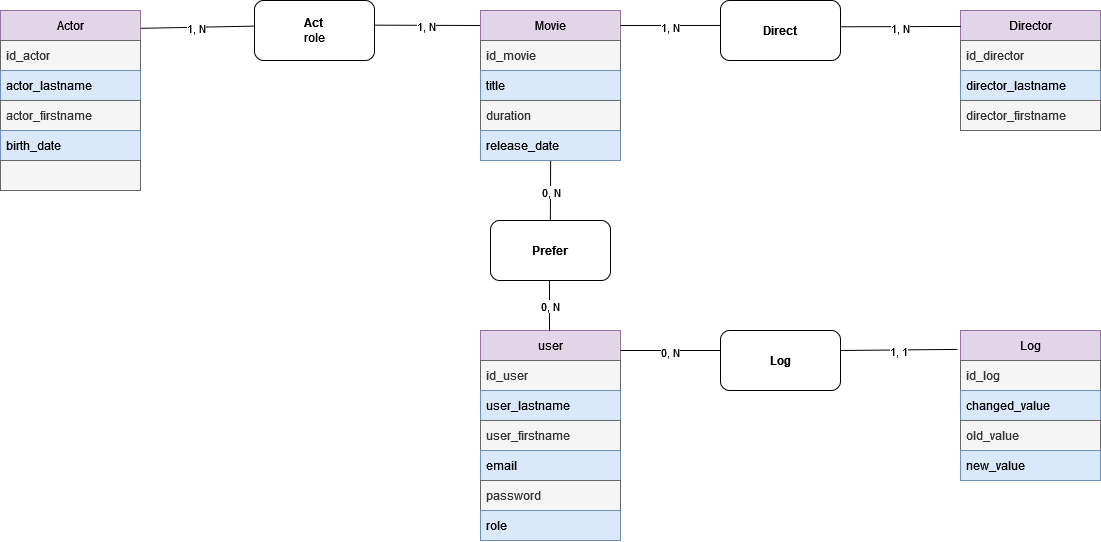
Before: Merise/MCD.png, a diagram exported from draw.io (Sarah-Katz/CDA-Brief-Merise). Source tidied: cells renumbered, new cells last; positions are measured from the earlier drawing's top-left corner, leaving out a move shared by most shapes.
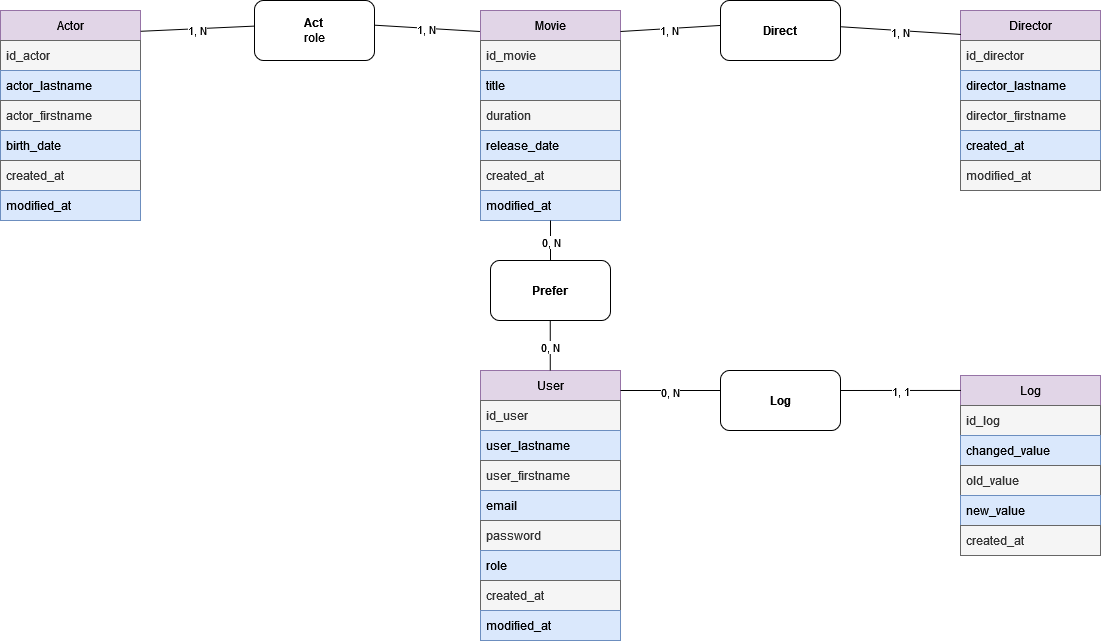
After the change.

Diff of the diagram source:
```diff
@@ -3,7 +3,7 @@
     <mxCell id="0" />
     <mxCell id="1" parent="0" />
     <mxCell id="2" value="Movie" style="swimlane;fontStyle=0;horizontal=1;startSize=30;whiteSpace=wrap;html=1;fillColor=#e1d5e7;strokeColor=#9673a6;" parent="1" vertex="1">
-      <mxGeometry x="480" y="10" width="140" height="150" as="geometry" />
+      <mxGeometry x="480" y="10" width="140" height="210" as="geometry" />
     </mxCell>
     <mxCell id="3" value="id_movie&lt;span style=&quot;white-space: pre;&quot;&gt;&#9;&lt;/span&gt;" style="text;strokeColor=#666666;fillColor=#f5f5f5;align=left;verticalAlign=middle;spacingLeft=4;spacingRight=4;overflow=hidden;whiteSpace=wrap;html=1;fontColor=#333333;" parent="2" vertex="1">
       <mxGeometry y="30" width="140" height="30" as="geometry" />
@@ -17,8 +17,14 @@
     <mxCell id="6" value="release_date" style="text;strokeColor=#6c8ebf;fillColor=#dae8fc;align=left;verticalAlign=middle;spacingLeft=4;spacingRight=4;overflow=hidden;points=[[0,0.5],[1,0.5]];portConstraint=eastwest;whiteSpace=wrap;html=1;" parent="2" vertex="1">
       <mxGeometry y="120" width="140" height="30" as="geometry" />
     </mxCell>
+    <mxCell id="49" value="created_at" style="text;strokeColor=#666666;fillColor=#f5f5f5;align=left;verticalAlign=middle;spacingLeft=4;spacingRight=4;overflow=hidden;whiteSpace=wrap;html=1;fontColor=#333333;" parent="2" vertex="1">
+      <mxGeometry y="150" width="140" height="30" as="geometry" />
+    </mxCell>
+    <mxCell id="50" value="modified_at" style="text;strokeColor=#6c8ebf;fillColor=#dae8fc;align=left;verticalAlign=middle;spacingLeft=4;spacingRight=4;overflow=hidden;whiteSpace=wrap;html=1;" parent="2" vertex="1">
+      <mxGeometry y="180" width="140" height="30" as="geometry" />
+    </mxCell>
     <mxCell id="7" value="Actor" style="swimlane;fontStyle=0;horizontal=1;startSize=30;whiteSpace=wrap;html=1;fillColor=#e1d5e7;strokeColor=#9673a6;" parent="1" vertex="1">
-      <mxGeometry y="10" width="140" height="180" as="geometry" />
+      <mxGeometry y="10" width="140" height="210" as="geometry" />
     </mxCell>
     <mxCell id="8" value="id_actor" style="text;strokeColor=#666666;fillColor=#f5f5f5;align=left;verticalAlign=middle;spacingLeft=4;spacingRight=4;overflow=hidden;whiteSpace=wrap;html=1;fontColor=#333333;" parent="7" vertex="1">
       <mxGeometry y="30" width="140" height="30" as="geometry" />
@@ -32,11 +38,14 @@
     <mxCell id="11" value="birth_date" style="text;strokeColor=#6c8ebf;fillColor=#dae8fc;align=left;verticalAlign=middle;spacingLeft=4;spacingRight=4;overflow=hidden;whiteSpace=wrap;html=1;" parent="7" vertex="1">
       <mxGeometry y="120" width="140" height="30" as="geometry" />
     </mxCell>
-    <mxCell id="12" style="text;strokeColor=#666666;fillColor=#f5f5f5;align=left;verticalAlign=middle;spacingLeft=4;spacingRight=4;overflow=hidden;whiteSpace=wrap;html=1;fontColor=#333333;" parent="7" vertex="1">
+    <mxCell id="12" value="created_at" style="text;strokeColor=#666666;fillColor=#f5f5f5;align=left;verticalAlign=middle;spacingLeft=4;spacingRight=4;overflow=hidden;whiteSpace=wrap;html=1;fontColor=#333333;" parent="7" vertex="1">
       <mxGeometry y="150" width="140" height="30" as="geometry" />
     </mxCell>
+    <mxCell id="51" value="modified_at" style="text;strokeColor=#6c8ebf;fillColor=#dae8fc;align=left;verticalAlign=middle;spacingLeft=4;spacingRight=4;overflow=hidden;whiteSpace=wrap;html=1;" parent="7" vertex="1">
+      <mxGeometry y="180" width="140" height="30" as="geometry" />
+    </mxCell>
     <mxCell id="13" value="Director" style="swimlane;fontStyle=0;horizontal=1;startSize=30;whiteSpace=wrap;html=1;fillColor=#e1d5e7;strokeColor=#9673a6;" parent="1" vertex="1">
-      <mxGeometry x="960" y="10" width="140" height="120" as="geometry" />
+      <mxGeometry x="960" y="10" width="140" height="180" as="geometry" />
     </mxCell>
     <mxCell id="14" value="id_director" style="text;strokeColor=#666666;fillColor=#f5f5f5;align=left;verticalAlign=middle;spacingLeft=4;spacingRight=4;overflow=hidden;whiteSpace=wrap;html=1;fontColor=#333333;" parent="13" vertex="1">
       <mxGeometry y="30" width="140" height="30" as="geometry" />
@@ -47,8 +56,14 @@
     <mxCell id="16" value="director_firstname" style="text;strokeColor=#666666;fillColor=#f5f5f5;align=left;verticalAlign=middle;spacingLeft=4;spacingRight=4;overflow=hidden;whiteSpace=wrap;html=1;fontColor=#333333;" parent="13" vertex="1">
       <mxGeometry y="90" width="140" height="30" as="geometry" />
     </mxCell>
+    <mxCell id="52" value="created_at" style="text;strokeColor=#6c8ebf;fillColor=#dae8fc;align=left;verticalAlign=middle;spacingLeft=4;spacingRight=4;overflow=hidden;whiteSpace=wrap;html=1;" parent="13" vertex="1">
+      <mxGeometry y="120" width="140" height="30" as="geometry" />
+    </mxCell>
+    <mxCell id="53" value="modified_at" style="text;strokeColor=#666666;fillColor=#f5f5f5;align=left;verticalAlign=middle;spacingLeft=4;spacingRight=4;overflow=hidden;whiteSpace=wrap;html=1;fontColor=#333333;" parent="13" vertex="1">
+      <mxGeometry y="150" width="140" height="30" as="geometry" />
+    </mxCell>
-    <mxCell id="17" value="user" style="swimlane;fontStyle=0;horizontal=1;startSize=30;whiteSpace=wrap;html=1;fillColor=#e1d5e7;strokeColor=#9673a6;" parent="1" vertex="1">
-      <mxGeometry x="480" y="330" width="140" height="210" as="geometry" />
+    <mxCell id="17" value="User" style="swimlane;fontStyle=0;horizontal=1;startSize=30;whiteSpace=wrap;html=1;fillColor=#e1d5e7;strokeColor=#9673a6;" parent="1" vertex="1">
+      <mxGeometry x="480" y="370" width="140" height="270" as="geometry" />
     </mxCell>
     <mxCell id="18" value="id_user" style="text;strokeColor=#666666;fillColor=#f5f5f5;align=left;verticalAlign=middle;spacingLeft=4;spacingRight=4;overflow=hidden;whiteSpace=wrap;html=1;fontColor=#333333;" parent="17" vertex="1">
       <mxGeometry y="30" width="140" height="30" as="geometry" />
@@ -68,6 +83,12 @@
     <mxCell id="23" value="role" style="text;strokeColor=#6c8ebf;fillColor=#dae8fc;align=left;verticalAlign=middle;spacingLeft=4;spacingRight=4;overflow=hidden;whiteSpace=wrap;html=1;" parent="17" vertex="1">
       <mxGeometry y="180" width="140" height="30" as="geometry" />
     </mxCell>
+    <mxCell id="54" value="created_at" style="text;strokeColor=#666666;fillColor=#f5f5f5;align=left;verticalAlign=middle;spacingLeft=4;spacingRight=4;overflow=hidden;whiteSpace=wrap;html=1;fontColor=#333333;" parent="17" vertex="1">
+      <mxGeometry y="210" width="140" height="30" as="geometry" />
+    </mxCell>
+    <mxCell id="55" value="modified_at" style="text;strokeColor=#6c8ebf;fillColor=#dae8fc;align=left;verticalAlign=middle;spacingLeft=4;spacingRight=4;overflow=hidden;whiteSpace=wrap;html=1;" parent="17" vertex="1">
+      <mxGeometry y="240" width="140" height="30" as="geometry" />
+    </mxCell>
     <mxCell id="24" style="endArrow=none;html=1;rounded=0;entryX=-0.003;entryY=0.427;entryDx=0;entryDy=0;exitX=1.001;exitY=0.099;exitDx=0;exitDy=0;exitPerimeter=0;entryPerimeter=0;" parent="1" edge="1" source="7" target="30">
       <mxGeometry relative="1" as="geometry" />
     </mxCell>
@@ -99,27 +120,27 @@
       <mxGeometry x="-0.02" y="-1" relative="1" as="geometry" />
     </mxCell>
     <mxCell id="34" value="&lt;b&gt;Prefer&lt;/b&gt;" style="rounded=1;whiteSpace=wrap;html=1;" parent="1" vertex="1">
-      <mxGeometry x="490" y="220" width="120" height="60" as="geometry" />
+      <mxGeometry x="490" y="260" width="120" height="60" as="geometry" />
     </mxCell>
     <mxCell id="35" style="endArrow=none;html=1;rounded=0;entryX=0.5;entryY=1;entryDx=0;entryDy=0;exitX=0.5;exitY=0;exitDx=0;exitDy=0;" parent="1" edge="1">
       <mxGeometry relative="1" as="geometry">
-        <mxPoint x="549" y="330" as="sourcePoint" />
-        <mxPoint x="549" y="280" as="targetPoint" />
+        <mxPoint x="549.8" y="370" as="sourcePoint" />
+        <mxPoint x="549.8" y="320" as="targetPoint" />
       </mxGeometry>
     </mxCell>
     <mxCell id="36" value="0, N" style="edgeLabel;html=1;align=center;verticalAlign=middle;" parent="35" vertex="1">
       <mxGeometry x="-0.03" relative="1" as="geometry" />
     </mxCell>
-    <mxCell id="37" style="endArrow=none;html=1;rounded=0;entryX=0.501;entryY=1.011;entryDx=0;entryDy=0;exitX=0.5;exitY=0;exitDx=0;exitDy=0;entryPerimeter=0;" parent="1" edge="1" target="6">
+    <mxCell id="37" style="endArrow=none;html=1;rounded=0;exitX=0.5;exitY=0;exitDx=0;exitDy=0;" parent="1" edge="1" source="34">
       <mxGeometry relative="1" as="geometry">
-        <mxPoint x="549.9" y="220" as="sourcePoint" />
+        <mxPoint x="550" y="220" as="targetPoint" />
       </mxGeometry>
     </mxCell>
     <mxCell id="38" value="0, N" style="edgeLabel;html=1;align=center;verticalAlign=middle;" parent="37" vertex="1">
       <mxGeometry x="-0.03" relative="1" as="geometry" />
     </mxCell>
     <mxCell id="39" value="Log" style="swimlane;fontStyle=0;horizontal=1;startSize=30;whiteSpace=wrap;html=1;fillColor=#e1d5e7;strokeColor=#9673a6;" parent="1" vertex="1">
-      <mxGeometry x="960" y="330" width="140" height="150" as="geometry" />
+      <mxGeometry x="960" y="375" width="140" height="180" as="geometry" />
     </mxCell>
     <mxCell id="40" value="id_log" style="text;strokeColor=#666666;fillColor=#f5f5f5;align=left;verticalAlign=middle;spacingLeft=4;spacingRight=4;overflow=hidden;whiteSpace=wrap;html=1;fontColor=#333333;" parent="39" vertex="1">
       <mxGeometry y="30" width="140" height="30" as="geometry" />
@@ -133,21 +154,24 @@
     <mxCell id="43" value="new_value" style="text;strokeColor=#6c8ebf;fillColor=#dae8fc;align=left;verticalAlign=middle;spacingLeft=4;spacingRight=4;overflow=hidden;whiteSpace=wrap;html=1;" parent="39" vertex="1">
       <mxGeometry y="120" width="140" height="30" as="geometry" />
     </mxCell>
+    <mxCell id="56" value="created_at" style="text;strokeColor=#666666;fillColor=#f5f5f5;align=left;verticalAlign=middle;spacingLeft=4;spacingRight=4;overflow=hidden;whiteSpace=wrap;html=1;fontColor=#333333;" parent="39" vertex="1">
+      <mxGeometry y="150" width="140" height="30" as="geometry" />
+    </mxCell>
     <mxCell id="44" value="&lt;b&gt;Log&lt;/b&gt;" style="rounded=1;whiteSpace=wrap;html=1;" parent="1" vertex="1">
-      <mxGeometry x="720" y="330" width="120" height="60" as="geometry" />
+      <mxGeometry x="720" y="370" width="120" height="60" as="geometry" />
     </mxCell>
     <mxCell id="45" style="endArrow=none;html=1;rounded=0;entryX=-0.002;entryY=0.416;entryDx=0;entryDy=0;exitX=1;exitY=0.1;exitDx=0;exitDy=0;exitPerimeter=0;entryPerimeter=0;" parent="1" edge="1">
       <mxGeometry relative="1" as="geometry">
-        <mxPoint x="620" y="350" as="sourcePoint" />
-        <mxPoint x="720" y="350" as="targetPoint" />
+        <mxPoint x="620" y="390" as="sourcePoint" />
+        <mxPoint x="720" y="390" as="targetPoint" />
       </mxGeometry>
     </mxCell>
     <mxCell id="46" value="0, N" style="edgeLabel;html=1;align=center;verticalAlign=middle;" parent="45" vertex="1">
       <mxGeometry x="-0.02" y="-1" relative="1" as="geometry" />
     </mxCell>
-    <mxCell id="47" style="endArrow=none;html=1;rounded=0;exitX=1;exitY=0.1;exitDx=0;exitDy=0;exitPerimeter=0;entryX=-0.021;entryY=0.126;entryDx=0;entryDy=0;entryPerimeter=0;" parent="1" edge="1" target="39">
+    <mxCell id="47" style="endArrow=none;html=1;rounded=0;exitX=1;exitY=0.1;exitDx=0;exitDy=0;exitPerimeter=0;entryX=0.003;entryY=0.083;entryDx=0;entryDy=0;entryPerimeter=0;" parent="1" edge="1" target="39">
       <mxGeometry relative="1" as="geometry">
-        <mxPoint x="840" y="350" as="sourcePoint" />
+        <mxPoint x="840" y="390" as="sourcePoint" />
       </mxGeometry>
     </mxCell>
     <mxCell id="48" value="1, 1" style="edgeLabel;html=1;align=center;verticalAlign=middle;" parent="47" vertex="1">
```
